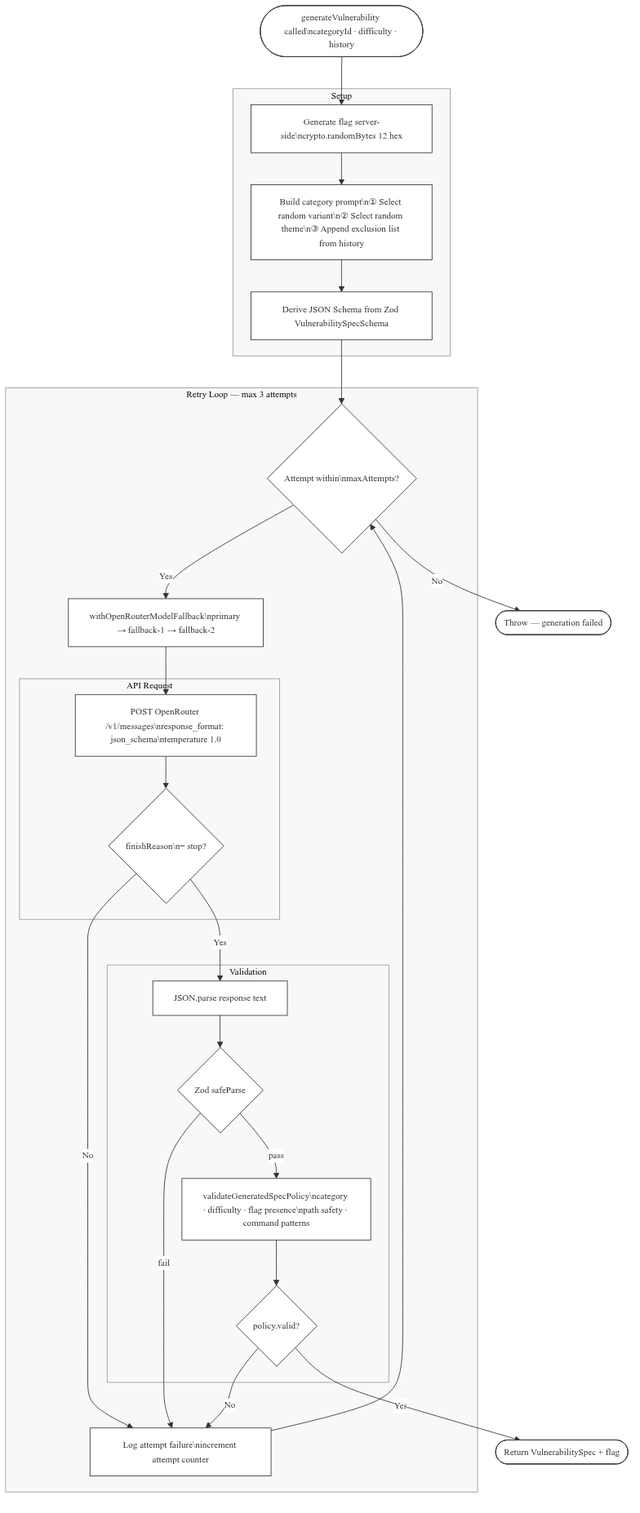
The Mermaid diagram mermaid/from-spec/generation_flow.png in Haris-AK/vulnforge-dissertation, before a commit. Its source is kept beside it as mermaid/from-spec/generation_flow.mmd. Source of this version:
```mermaid
%%{init: {
  "flowchart": {
    "htmlLabels": true,
    "nodeSpacing": 32,
    "rankSpacing": 46,
    "curve": "basis"
  },
  "theme": "base",
  "themeVariables": {
    "fontFamily": "Times New Roman, serif",
    "fontSize": "13px",
    "primaryColor": "#ffffff",
    "primaryBorderColor": "#333333",
    "lineColor": "#333333",
    "clusterBkg": "#f8f8f8",
    "clusterBorder": "#999999"
  }
}}%%
flowchart TD
    START([generateVulnerability called\ncategoryId · difficulty · history])

    subgraph SETUP["Setup"]
        FLAG[Generate flag server-side\ncrypto.randomBytes 12 hex]
        PROMPT[Build category prompt\n① Select random variant\n② Select random theme\n③ Append exclusion list from history]
        SCHEMA[Derive JSON Schema from Zod VulnerabilitySpecSchema]
    end

    subgraph RETRY_LOOP["Retry Loop — max 3 attempts"]
        ATTEMPT{Attempt within\nmaxAttempts?}
        MODEL_CHAIN[withOpenRouterModelFallback\nprimary → fallback-1 → fallback-2]

        subgraph API_CALL["API Request"]
            CALL[POST OpenRouter /v1/messages\nresponse_format: json_schema\ntemperature 1.0]
            FINISH{finishReason\n= stop?}
        end

        subgraph VALIDATION["Validation"]
            PARSE[JSON.parse response text]
            ZOD{Zod safeParse}
            POLICY[validateGeneratedSpecPolicy\ncategory · difficulty · flag presence\npath safety · command patterns]
            POLICY_OK{policy.valid?}
        end

        RETRY_ERR[Log attempt failure\nincrement attempt counter]
    end

    START --> FLAG
    FLAG --> PROMPT
    PROMPT --> SCHEMA
    SCHEMA --> ATTEMPT

    ATTEMPT -->|Yes| MODEL_CHAIN
    ATTEMPT -->|No| FATAL_ERR([Throw — generation failed])

    MODEL_CHAIN --> CALL
    CALL --> FINISH
    FINISH -->|No| RETRY_ERR
    FINISH -->|Yes| PARSE

    PARSE --> ZOD
    ZOD -->|fail| RETRY_ERR
    ZOD -->|pass| POLICY
    POLICY --> POLICY_OK
    POLICY_OK -->|No| RETRY_ERR
    POLICY_OK -->|Yes| SUCCESS([Return VulnerabilitySpec + flag])

    RETRY_ERR --> ATTEMPT
```
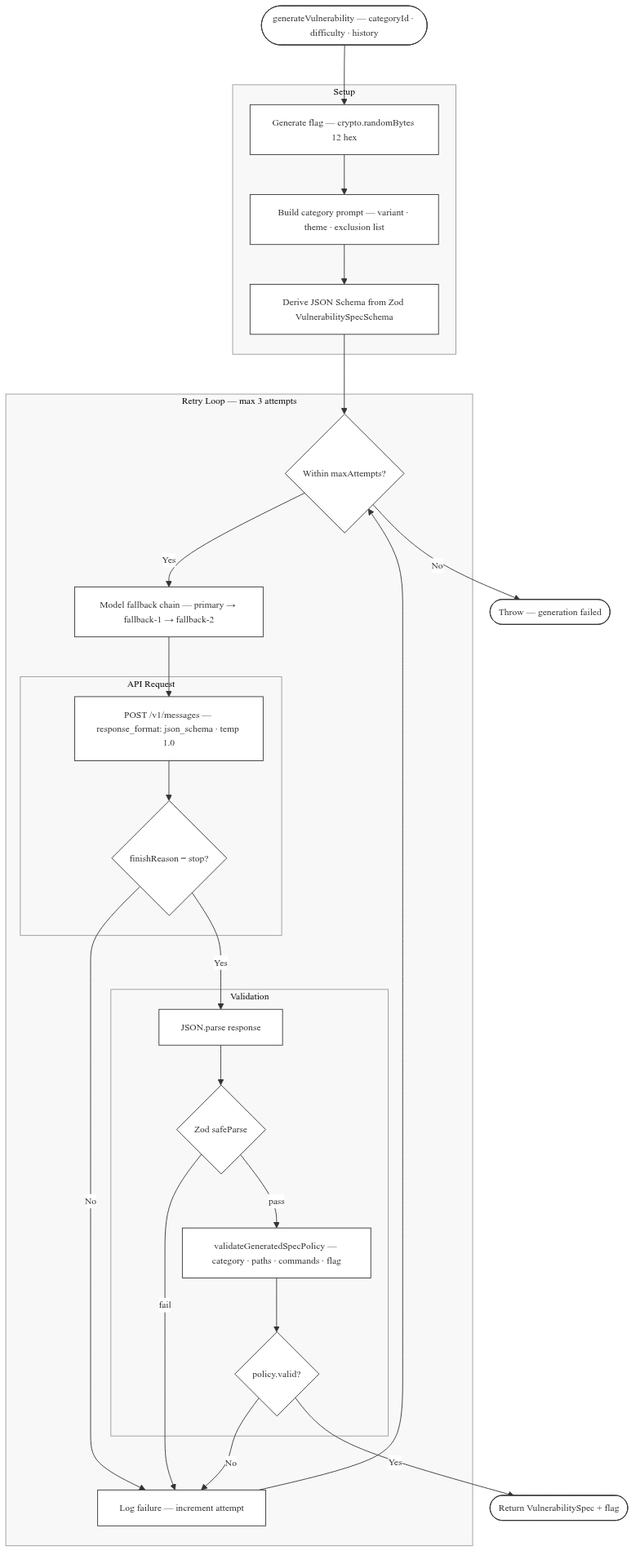
After the commit.

Change to the diagram source:
```diff
@@ -1,8 +1,8 @@
 %%{init: {
   "flowchart": {
     "htmlLabels": true,
-    "nodeSpacing": 32,
-    "rankSpacing": 46,
+    "nodeSpacing": 28,
+    "rankSpacing": 55,
     "curve": "basis"
   },
   "theme": "base",
@@ -17,51 +17,40 @@
   }
 }}%%
 flowchart TD
-    START([generateVulnerability called\ncategoryId · difficulty · history])
+    START(["generateVulnerability — categoryId · difficulty · history"])
 
     subgraph SETUP["Setup"]
-        FLAG[Generate flag server-side\ncrypto.randomBytes 12 hex]
-        PROMPT[Build category prompt\n① Select random variant\n② Select random theme\n③ Append exclusion list from history]
-        SCHEMA[Derive JSON Schema from Zod VulnerabilitySpecSchema]
+        FLAG["Generate flag — crypto.randomBytes 12 hex"]
+        PROMPT["Build category prompt — variant · theme · exclusion list"]
+        SCHEMA["Derive JSON Schema from Zod VulnerabilitySpecSchema"]
     end
 
     subgraph RETRY_LOOP["Retry Loop — max 3 attempts"]
-        ATTEMPT{Attempt within\nmaxAttempts?}
-        MODEL_CHAIN[withOpenRouterModelFallback\nprimary → fallback-1 → fallback-2]
+        ATTEMPT{Within maxAttempts?}
+        MODEL_CHAIN["Model fallback chain — primary → fallback-1 → fallback-2"]
 
         subgraph API_CALL["API Request"]
-            CALL[POST OpenRouter /v1/messages\nresponse_format: json_schema\ntemperature 1.0]
-            FINISH{finishReason\n= stop?}
+            CALL["POST /v1/messages — response_format: json_schema · temp 1.0"]
+            FINISH{finishReason = stop?}
         end
 
         subgraph VALIDATION["Validation"]
-            PARSE[JSON.parse response text]
+            PARSE[JSON.parse response]
             ZOD{Zod safeParse}
-            POLICY[validateGeneratedSpecPolicy\ncategory · difficulty · flag presence\npath safety · command patterns]
+            POLICY["validateGeneratedSpecPolicy — category · paths · commands · flag"]
             POLICY_OK{policy.valid?}
         end
 
-        RETRY_ERR[Log attempt failure\nincrement attempt counter]
+        RETRY_ERR["Log failure — increment attempt"]
     end
 
-    START --> FLAG
-    FLAG --> PROMPT
-    PROMPT --> SCHEMA
-    SCHEMA --> ATTEMPT
-
-    ATTEMPT -->|Yes| MODEL_CHAIN
-    ATTEMPT -->|No| FATAL_ERR([Throw — generation failed])
-
-    MODEL_CHAIN --> CALL
-    CALL --> FINISH
+    START --> FLAG --> PROMPT --> SCHEMA --> ATTEMPT
+    ATTEMPT -->|Yes| MODEL_CHAIN --> CALL --> FINISH
+    ATTEMPT -->|No| FATAL_ERR(["Throw — generation failed"])
     FINISH -->|No| RETRY_ERR
-    FINISH -->|Yes| PARSE
-
-    PARSE --> ZOD
+    FINISH -->|Yes| PARSE --> ZOD
     ZOD -->|fail| RETRY_ERR
-    ZOD -->|pass| POLICY
-    POLICY --> POLICY_OK
+    ZOD -->|pass| POLICY --> POLICY_OK
     POLICY_OK -->|No| RETRY_ERR
-    POLICY_OK -->|Yes| SUCCESS([Return VulnerabilitySpec + flag])
-
+    POLICY_OK -->|Yes| SUCCESS(["Return VulnerabilitySpec + flag"])
     RETRY_ERR --> ATTEMPT
```
